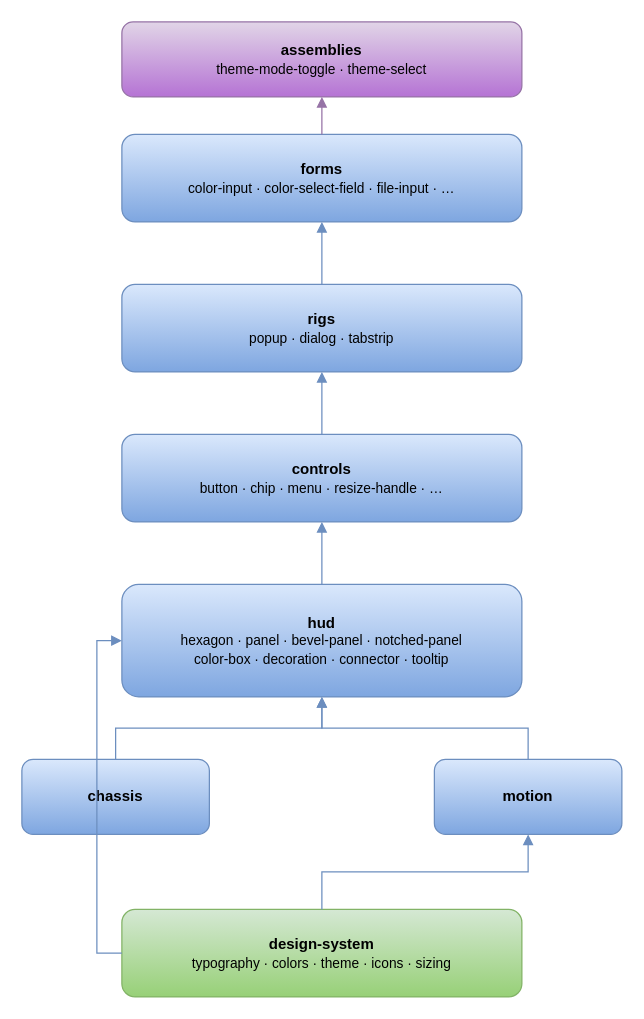
Earlier version of the draw.io diagram docs/assets/ui-architecture.drawio (the-dead-planet/nav-gauge). Source tidied: cells renumbered, new cells numbered last; positions are measured from the earlier drawing's top-left corner, leaving out a move shared by most shapes. Both pictures are drawn from the tidied source at 125%, with x=0, y=0 at pixel (21, 21).
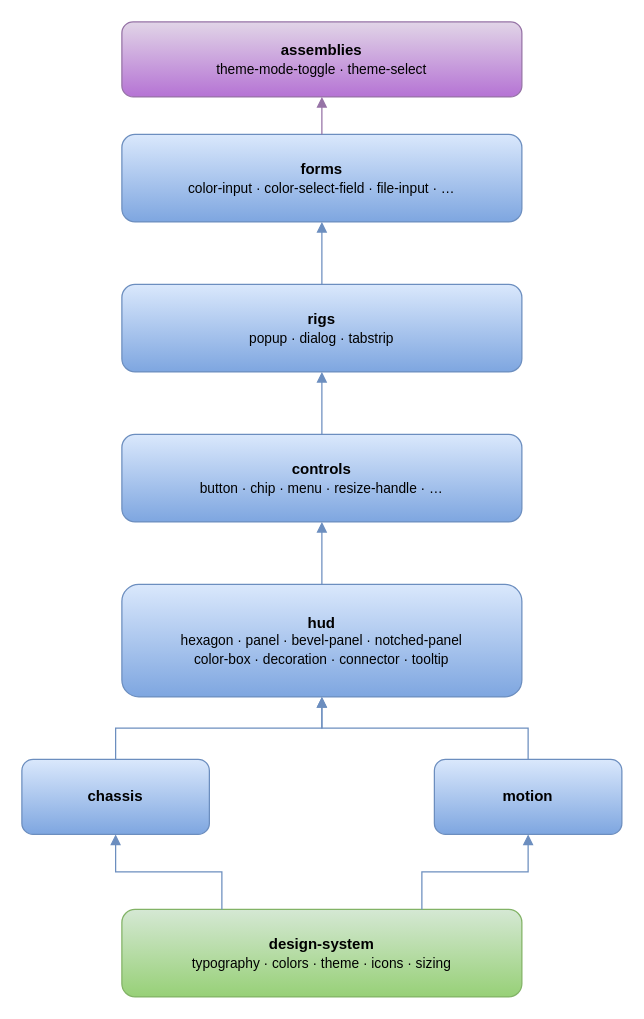
The same page after the edit.

Change to the diagram source:
```diff
@@
 <mxGraphModel>
   <root>
     <mxCell id="0" />
     <mxCell id="1" parent="0" />
     <mxCell id="2" value="&lt;b&gt;assemblies&lt;/b&gt;&lt;br&gt;&lt;font style=&quot;font-size: 11px;&quot;&gt;theme-mode-toggle · theme-select&lt;/font&gt;" style="rounded=1;whiteSpace=wrap;html=1;fillColor=#e1d5e7;strokeColor=#9673a6;gradientColor=#b573d4;" parent="1" vertex="1">
       <mxGeometry x="80" width="320" height="60" as="geometry" />
     </mxCell>
     <mxCell id="3" value="&lt;b&gt;forms&lt;/b&gt;&lt;br&gt;&lt;font style=&quot;font-size: 11px;&quot;&gt;color-input · color-select-field · file-input · …&lt;/font&gt;" style="rounded=1;whiteSpace=wrap;html=1;fillColor=#dae8fc;strokeColor=#6c8ebf;gradientColor=#7ea6e0;" parent="1" vertex="1">
       <mxGeometry x="80" y="90" width="320" height="70" as="geometry" />
     </mxCell>
     <mxCell id="4" value="&lt;b&gt;rigs&lt;/b&gt;&lt;br&gt;&lt;font style=&quot;font-size: 11px;&quot;&gt;popup · dialog · tabstrip&lt;/font&gt;" style="rounded=1;whiteSpace=wrap;html=1;fillColor=#dae8fc;strokeColor=#6c8ebf;gradientColor=#7ea6e0;" parent="1" vertex="1">
       <mxGeometry x="80" y="210" width="320" height="70" as="geometry" />
     </mxCell>
     <mxCell id="5" value="&lt;b&gt;controls&lt;/b&gt;&lt;br&gt;&lt;font style=&quot;font-size: 11px;&quot;&gt;button · chip · menu · resize-handle · …&lt;/font&gt;" style="rounded=1;whiteSpace=wrap;html=1;fillColor=#dae8fc;strokeColor=#6c8ebf;gradientColor=#7ea6e0;" parent="1" vertex="1">
       <mxGeometry x="80" y="330" width="320" height="70" as="geometry" />
     </mxCell>
     <mxCell id="6" value="&lt;b&gt;hud&lt;/b&gt;&lt;br&gt;&lt;font style=&quot;font-size: 11px;&quot;&gt;hexagon · panel · bevel-panel · notched-panel&lt;br&gt;color-box · decoration · connector · tooltip&lt;/font&gt;" style="rounded=1;whiteSpace=wrap;html=1;fillColor=#dae8fc;strokeColor=#6c8ebf;gradientColor=#7ea6e0;" parent="1" vertex="1">
       <mxGeometry x="80" y="450" width="320" height="90" as="geometry" />
     </mxCell>
     <mxCell id="7" value="&lt;b&gt;chassis&lt;/b&gt;" style="rounded=1;whiteSpace=wrap;html=1;fillColor=#dae8fc;strokeColor=#6c8ebf;gradientColor=#7ea6e0;" parent="1" vertex="1">
       <mxGeometry y="590" width="150" height="60" as="geometry" />
     </mxCell>
     <mxCell id="8" value="&lt;b&gt;motion&lt;/b&gt;" style="rounded=1;whiteSpace=wrap;html=1;fillColor=#dae8fc;strokeColor=#6c8ebf;gradientColor=#7ea6e0;" parent="1" vertex="1">
       <mxGeometry x="330" y="590" width="150" height="60" as="geometry" />
     </mxCell>
     <mxCell id="9" value="&lt;b&gt;design-system&lt;/b&gt;&lt;br&gt;&lt;font style=&quot;font-size: 11px;&quot;&gt;typography · colors · theme · icons · sizing&lt;/font&gt;" style="rounded=1;whiteSpace=wrap;html=1;fillColor=#d5e8d4;strokeColor=#82b366;gradientColor=#97d077;" parent="1" vertex="1">
       <mxGeometry x="80" y="710" width="320" height="70" as="geometry" />
     </mxCell>
     <mxCell id="10" style="edgeStyle=orthogonalEdgeStyle;rounded=0;jettySize=auto;html=1;endArrow=block;strokeColor=#6c8ebf;" parent="1" edge="1" source="9">
       <mxGeometry relative="1" as="geometry" />
     </mxCell>
-    <mxCell id="11" style="edgeStyle=orthogonalEdgeStyle;rounded=0;jettySize=auto;html=1;endArrow=block;strokeColor=#6c8ebf;" parent="1" edge="1" source="9" target="8">
-      <mxGeometry relative="1" as="geometry" />
+    <mxCell id="11" style="edgeStyle=orthogonalEdgeStyle;rounded=0;jettySize=auto;html=1;endArrow=block;strokeColor=#6c8ebf;exitX=0.75;exitY=0;exitDx=0;exitDy=0;" parent="1" edge="1" source="9" target="8">
+      <mxGeometry x="-0.54" relative="1" as="geometry" />
     </mxCell>
-    <mxCell id="12" style="edgeStyle=orthogonalEdgeStyle;rounded=0;jettySize=auto;html=1;endArrow=block;strokeColor=#6c8ebf;exitX=0;exitY=0.5;exitDx=0;exitDy=0;entryX=0;entryY=0.5;entryDx=0;entryDy=0;" parent="1" edge="1" source="9" target="6">
+    <mxCell id="12" style="edgeStyle=orthogonalEdgeStyle;rounded=0;jettySize=auto;html=1;endArrow=block;strokeColor=#6c8ebf;exitX=0.25;exitY=0;exitDx=0;exitDy=0;entryX=0.5;entryY=1;entryDx=0;entryDy=0;" parent="1" edge="1" source="9" target="7">
       <mxGeometry relative="1" as="geometry" />
     </mxCell>
     <mxCell id="13" style="edgeStyle=orthogonalEdgeStyle;rounded=0;jettySize=auto;html=1;endArrow=block;strokeColor=#6c8ebf;" parent="1" edge="1" source="7" target="6">
       <mxGeometry relative="1" as="geometry" />
     </mxCell>
     <mxCell id="14" style="edgeStyle=orthogonalEdgeStyle;rounded=0;jettySize=auto;html=1;endArrow=block;strokeColor=#6c8ebf;" parent="1" edge="1" source="8" target="6">
       <mxGeometry relative="1" as="geometry" />
     </mxCell>
     <mxCell id="15" style="edgeStyle=orthogonalEdgeStyle;rounded=0;jettySize=auto;html=1;endArrow=block;strokeColor=#6c8ebf;" parent="1" edge="1" source="6" target="5">
       <mxGeometry relative="1" as="geometry" />
     </mxCell>
     <mxCell id="16" style="edgeStyle=orthogonalEdgeStyle;rounded=0;jettySize=auto;html=1;endArrow=block;strokeColor=#6c8ebf;" parent="1" edge="1" source="5" target="4">
       <mxGeometry relative="1" as="geometry" />
     </mxCell>
     <mxCell id="17" style="edgeStyle=orthogonalEdgeStyle;rounded=0;jettySize=auto;html=1;endArrow=block;strokeColor=#6c8ebf;" parent="1" edge="1" source="4" target="3">
       <mxGeometry relative="1" as="geometry" />
     </mxCell>
     <mxCell id="18" style="edgeStyle=orthogonalEdgeStyle;rounded=0;jettySize=auto;html=1;endArrow=block;strokeColor=#9673a6;" parent="1" edge="1" source="3" target="2">
       <mxGeometry relative="1" as="geometry" />
     </mxCell>
   </root>
 </mxGraphModel>
```
